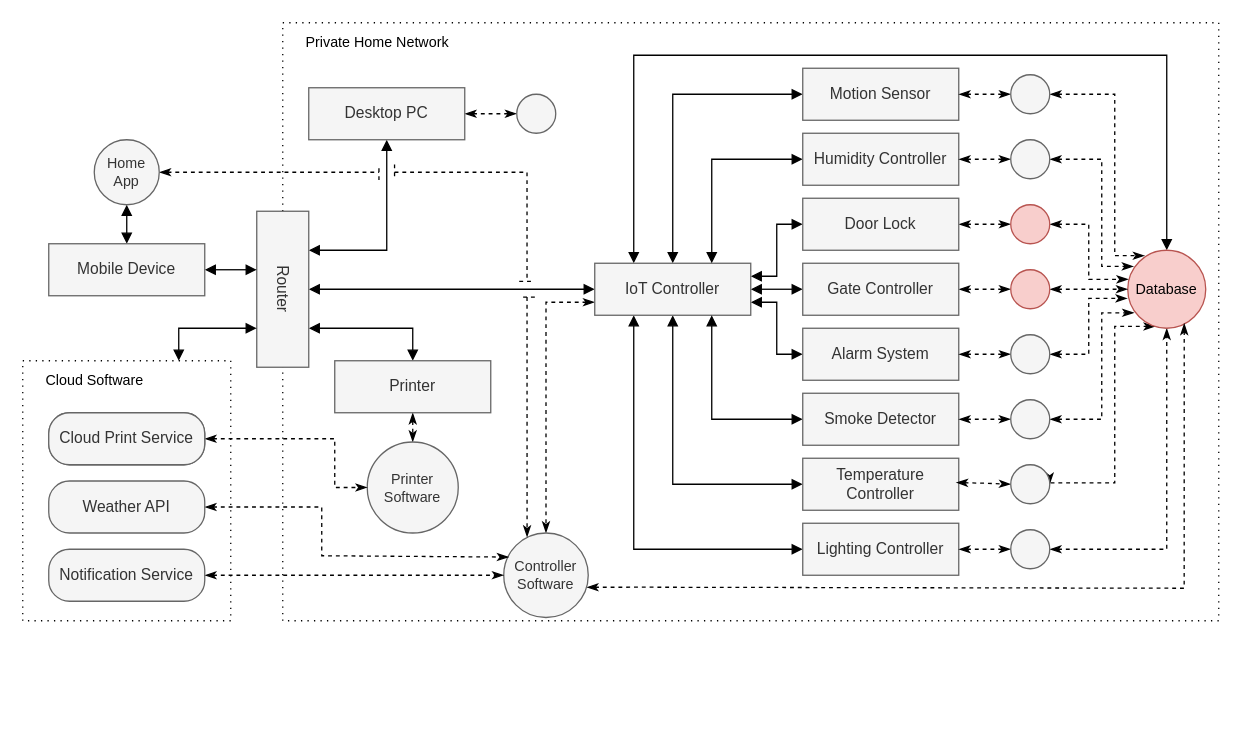
Above: packages/thesis/src/content/infrastructure.drawio in jornverhoeven/thesis-project (draw.io), before the change. Source tidied: cells renumbered, new cells numbered last; positions are measured from the earlier drawing's top-left corner, leaving out a move shared by most shapes. Both pictures are drawn from the tidied source at 130%, with x=0, y=0 at pixel (22, 22).
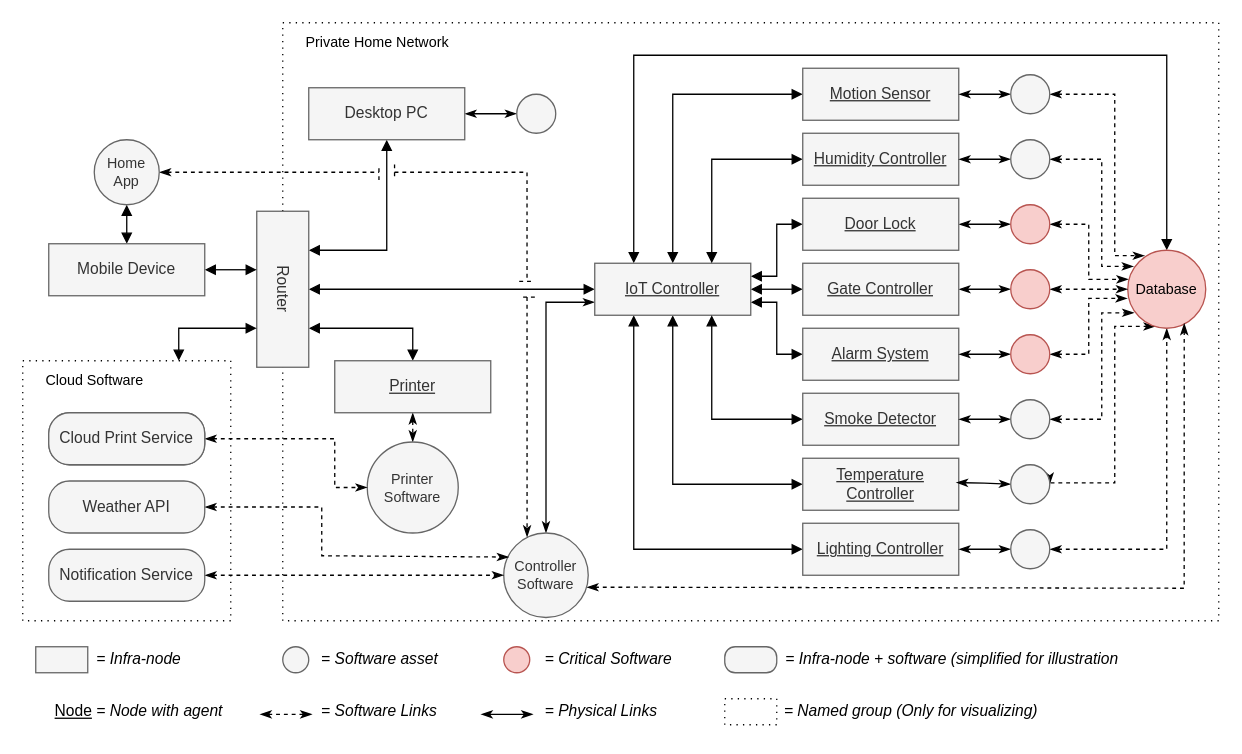
After the change.

The change refers to these unchanged cells:
```xml
<mxCell id="38" style="ellipse;whiteSpace=wrap;html=1;fontFamily=Helvetica;fontSize=11;fillColor=#f8cecc;strokeColor=#b85450;" parent="1" vertex="1">
  <mxGeometry x="760" y="190" width="30" height="30" as="geometry" />
</mxCell>
<mxCell id="40" style="ellipse;whiteSpace=wrap;html=1;fontFamily=Helvetica;fontSize=11;fillColor=#f8cecc;strokeColor=#b85450;" parent="1" vertex="1">
  <mxGeometry x="760" y="140" width="30" height="30" as="geometry" />
</mxCell>
<mxCell id="42" style="ellipse;whiteSpace=wrap;html=1;fontFamily=Helvetica;fontSize=11;fillColor=#f5f5f5;strokeColor=#666666;fontColor=#333333;" parent="1" vertex="1">
  <mxGeometry x="760" y="90" width="30" height="30" as="geometry" />
</mxCell>
<mxCell id="44" style="ellipse;whiteSpace=wrap;html=1;fontFamily=Helvetica;fontSize=11;fillColor=#f5f5f5;strokeColor=#666666;fontColor=#333333;" parent="1" vertex="1">
  <mxGeometry x="760" y="40" width="30" height="30" as="geometry" />
</mxCell>
<mxCell id="48" style="ellipse;whiteSpace=wrap;html=1;fontFamily=Helvetica;fontSize=11;fillColor=#f5f5f5;strokeColor=#666666;fontColor=#333333;" parent="1" vertex="1">
  <mxGeometry x="760" y="290" width="30" height="30" as="geometry" />
</mxCell>
<mxCell id="50" style="ellipse;whiteSpace=wrap;html=1;fontFamily=Helvetica;fontSize=11;fillColor=#f5f5f5;strokeColor=#666666;fontColor=#333333;" parent="1" vertex="1">
  <mxGeometry x="760" y="340" width="30" height="30" as="geometry" />
</mxCell>
<mxCell id="52" style="ellipse;whiteSpace=wrap;html=1;fontFamily=Helvetica;fontSize=11;fillColor=#f5f5f5;strokeColor=#666666;fontColor=#333333;" parent="1" vertex="1">
  <mxGeometry x="760" y="390" width="30" height="30" as="geometry" />
</mxCell>
<mxCell id="54" value="Controller&lt;br&gt;Software" style="ellipse;whiteSpace=wrap;html=1;fontFamily=Helvetica;fontSize=11;fillColor=#f5f5f5;strokeColor=#666666;fontColor=#333333;" parent="1" vertex="1">
  <mxGeometry x="370" y="392.5" width="65" height="65" as="geometry" />
</mxCell>
<mxCell id="57" value="Desktop PC" style="rounded=0;whiteSpace=wrap;html=1;fillColor=#f5f5f5;fontColor=#333333;strokeColor=#666666;rotation=0;" parent="1" vertex="1">
  <mxGeometry x="220" y="50" width="120" height="40" as="geometry" />
</mxCell>
<mxCell id="58" style="ellipse;whiteSpace=wrap;html=1;fontFamily=Helvetica;fontSize=11;fillColor=#f5f5f5;strokeColor=#666666;fontColor=#333333;" parent="1" vertex="1">
  <mxGeometry x="380" y="55" width="30" height="30" as="geometry" />
</mxCell>
```

The edit, as a diff of the source:
```diff
@@
-    <mxCell id="11" style="edgeStyle=orthogonalEdgeStyle;shape=connector;rounded=0;jettySize=auto;html=1;exitX=0;exitY=0.75;exitDx=0;exitDy=0;entryX=0.5;entryY=0;entryDx=0;entryDy=0;dashed=1;labelBackgroundColor=default;strokeColor=default;strokeWidth=1;fontFamily=Helvetica;fontSize=11;fontColor=default;startArrow=classicThin;startFill=1;endArrow=classicThin;endFill=1;" parent="1" edge="1" source="12" target="54">
+    <mxCell id="11" style="edgeStyle=orthogonalEdgeStyle;shape=connector;rounded=0;jettySize=auto;html=1;exitX=0;exitY=0.75;exitDx=0;exitDy=0;entryX=0.5;entryY=0;entryDx=0;entryDy=0;labelBackgroundColor=default;strokeColor=default;strokeWidth=1;fontFamily=Helvetica;fontSize=11;fontColor=default;startArrow=classicThin;startFill=1;endArrow=classicThin;endFill=1;" parent="1" edge="1" source="12" target="54">
       <mxGeometry relative="1" as="geometry" />
     </mxCell>
-    <mxCell id="12" value="IoT Controller" style="rounded=0;whiteSpace=wrap;html=1;fillColor=#f5f5f5;fontColor=#333333;strokeColor=#666666;" parent="1" vertex="1">
+    <mxCell id="12" value="IoT Controller" style="rounded=0;whiteSpace=wrap;html=1;fillColor=#f5f5f5;fontColor=#333333;strokeColor=#666666;fontStyle=4;" parent="1" vertex="1">
       <mxGeometry x="440" y="185" width="120" height="40" as="geometry" />
     </mxCell>
@@
-    <mxCell id="17" value="Printer" style="rounded=0;whiteSpace=wrap;html=1;fillColor=#f5f5f5;fontColor=#333333;strokeColor=#666666;" parent="1" vertex="1">
+    <mxCell id="17" value="Printer" style="rounded=0;whiteSpace=wrap;html=1;fillColor=#f5f5f5;fontColor=#333333;strokeColor=#666666;fontStyle=4;" parent="1" vertex="1">
       <mxGeometry x="240" y="260" width="120" height="40" as="geometry" />
     </mxCell>
@@
-    <mxCell id="19" value="Alarm System" style="rounded=0;whiteSpace=wrap;html=1;fillColor=#f5f5f5;fontColor=#333333;strokeColor=#666666;" parent="1" vertex="1">
+    <mxCell id="19" value="Alarm System" style="rounded=0;whiteSpace=wrap;html=1;fillColor=#f5f5f5;fontColor=#333333;strokeColor=#666666;fontStyle=4;" parent="1" vertex="1">
       <mxGeometry x="600" y="235" width="120" height="40" as="geometry" />
     </mxCell>
-    <mxCell id="20" style="edgeStyle=orthogonalEdgeStyle;shape=connector;rounded=0;jettySize=auto;html=1;exitX=1;exitY=0.5;exitDx=0;exitDy=0;entryX=0;entryY=0.5;entryDx=0;entryDy=0;dashed=1;labelBackgroundColor=default;strokeColor=default;strokeWidth=1;fontFamily=Helvetica;fontSize=11;fontColor=default;startArrow=classicThin;startFill=1;endArrow=classicThin;endFill=1;" parent="1" edge="1" source="21" target="38">
+    <mxCell id="20" style="edgeStyle=orthogonalEdgeStyle;shape=connector;rounded=0;jettySize=auto;html=1;exitX=1;exitY=0.5;exitDx=0;exitDy=0;entryX=0;entryY=0.5;entryDx=0;entryDy=0;labelBackgroundColor=default;strokeColor=default;strokeWidth=1;fontFamily=Helvetica;fontSize=11;fontColor=default;startArrow=classicThin;startFill=1;endArrow=classicThin;endFill=1;" parent="1" edge="1" source="21" target="38">
       <mxGeometry relative="1" as="geometry" />
     </mxCell>
-    <mxCell id="21" value="Gate Controller" style="rounded=0;whiteSpace=wrap;html=1;fillColor=#f5f5f5;fontColor=#333333;strokeColor=#666666;" parent="1" vertex="1">
+    <mxCell id="21" value="Gate Controller" style="rounded=0;whiteSpace=wrap;html=1;fillColor=#f5f5f5;fontColor=#333333;strokeColor=#666666;fontStyle=4;" parent="1" vertex="1">
       <mxGeometry x="600" y="185" width="120" height="40" as="geometry" />
     </mxCell>
-    <mxCell id="22" style="edgeStyle=orthogonalEdgeStyle;shape=connector;rounded=0;jettySize=auto;html=1;exitX=1;exitY=0.5;exitDx=0;exitDy=0;entryX=0;entryY=0.5;entryDx=0;entryDy=0;labelBackgroundColor=default;strokeColor=default;strokeWidth=1;fontFamily=Helvetica;fontSize=11;fontColor=default;startArrow=classicThin;startFill=1;endArrow=classicThin;endFill=1;dashed=1;" parent="1" edge="1" source="23" target="40">
+    <mxCell id="22" style="edgeStyle=orthogonalEdgeStyle;shape=connector;rounded=0;jettySize=auto;html=1;exitX=1;exitY=0.5;exitDx=0;exitDy=0;entryX=0;entryY=0.5;entryDx=0;entryDy=0;labelBackgroundColor=default;strokeColor=default;strokeWidth=1;fontFamily=Helvetica;fontSize=11;fontColor=default;startArrow=classicThin;startFill=1;endArrow=classicThin;endFill=1;" parent="1" edge="1" source="23" target="40">
       <mxGeometry relative="1" as="geometry" />
     </mxCell>
-    <mxCell id="23" value="Door Lock" style="rounded=0;whiteSpace=wrap;html=1;fillColor=#f5f5f5;fontColor=#333333;strokeColor=#666666;" parent="1" vertex="1">
+    <mxCell id="23" value="Door Lock" style="rounded=0;whiteSpace=wrap;html=1;fillColor=#f5f5f5;fontColor=#333333;strokeColor=#666666;fontStyle=4;" parent="1" vertex="1">
       <mxGeometry x="600" y="135" width="120" height="40" as="geometry" />
     </mxCell>
@@
-    <mxCell id="26" value="Humidity Controller" style="rounded=0;whiteSpace=wrap;html=1;fillColor=#f5f5f5;fontColor=#333333;strokeColor=#666666;" parent="1" vertex="1">
+    <mxCell id="26" value="Humidity Controller" style="rounded=0;whiteSpace=wrap;html=1;fillColor=#f5f5f5;fontColor=#333333;strokeColor=#666666;fontStyle=4;" parent="1" vertex="1">
       <mxGeometry x="600" y="85" width="120" height="40" as="geometry" />
     </mxCell>
@@
-    <mxCell id="29" value="Smoke Detector" style="rounded=0;whiteSpace=wrap;html=1;fillColor=#f5f5f5;fontColor=#333333;strokeColor=#666666;" parent="1" vertex="1">
+    <mxCell id="29" value="Smoke Detector" style="rounded=0;whiteSpace=wrap;html=1;fillColor=#f5f5f5;fontColor=#333333;strokeColor=#666666;fontStyle=4;" parent="1" vertex="1">
       <mxGeometry x="600" y="285" width="120" height="40" as="geometry" />
     </mxCell>
@@
-    <mxCell id="31" value="Motion Sensor" style="rounded=0;whiteSpace=wrap;html=1;fillColor=#f5f5f5;fontColor=#333333;strokeColor=#666666;" parent="1" vertex="1">
+    <mxCell id="31" value="Motion Sensor" style="rounded=0;whiteSpace=wrap;html=1;fillColor=#f5f5f5;fontColor=#333333;strokeColor=#666666;fontStyle=4;" parent="1" vertex="1">
       <mxGeometry x="600" y="35" width="120" height="40" as="geometry" />
     </mxCell>
@@
-    <mxCell id="33" value="Temperature Controller" style="rounded=0;whiteSpace=wrap;html=1;fillColor=#f5f5f5;fontColor=#333333;strokeColor=#666666;" parent="1" vertex="1">
+    <mxCell id="33" value="Temperature Controller" style="rounded=0;whiteSpace=wrap;html=1;fillColor=#f5f5f5;fontColor=#333333;strokeColor=#666666;fontStyle=4;" parent="1" vertex="1">
       <mxGeometry x="600" y="335" width="120" height="40" as="geometry" />
     </mxCell>
@@
-    <mxCell id="35" value="Lighting Controller" style="rounded=0;whiteSpace=wrap;html=1;fillColor=#f5f5f5;fontColor=#333333;strokeColor=#666666;" parent="1" vertex="1">
+    <mxCell id="35" value="Lighting Controller" style="rounded=0;whiteSpace=wrap;html=1;fillColor=#f5f5f5;fontColor=#333333;strokeColor=#666666;fontStyle=4;" parent="1" vertex="1">
       <mxGeometry x="600" y="385" width="120" height="40" as="geometry" />
     </mxCell>
@@
-    <mxCell id="41" style="edgeStyle=orthogonalEdgeStyle;shape=connector;rounded=0;jettySize=auto;html=1;exitX=1;exitY=0.5;exitDx=0;exitDy=0;entryX=0;entryY=0.5;entryDx=0;entryDy=0;dashed=1;labelBackgroundColor=default;strokeColor=default;strokeWidth=1;fontFamily=Helvetica;fontSize=11;fontColor=default;startArrow=classicThin;startFill=1;endArrow=classicThin;endFill=1;" parent="1" edge="1" source="26" target="42">
+    <mxCell id="41" style="edgeStyle=orthogonalEdgeStyle;shape=connector;rounded=0;jettySize=auto;html=1;exitX=1;exitY=0.5;exitDx=0;exitDy=0;entryX=0;entryY=0.5;entryDx=0;entryDy=0;labelBackgroundColor=default;strokeColor=default;strokeWidth=1;fontFamily=Helvetica;fontSize=11;fontColor=default;startArrow=classicThin;startFill=1;endArrow=classicThin;endFill=1;" parent="1" edge="1" source="26" target="42">
       <mxGeometry relative="1" as="geometry" />
     </mxCell>
@@
-    <mxCell id="43" style="edgeStyle=orthogonalEdgeStyle;shape=connector;rounded=0;jettySize=auto;html=1;exitX=1;exitY=0.5;exitDx=0;exitDy=0;entryX=0;entryY=0.5;entryDx=0;entryDy=0;dashed=1;labelBackgroundColor=default;strokeColor=default;strokeWidth=1;fontFamily=Helvetica;fontSize=11;fontColor=default;startArrow=classicThin;startFill=1;endArrow=classicThin;endFill=1;" parent="1" edge="1" source="31" target="44">
+    <mxCell id="43" style="edgeStyle=orthogonalEdgeStyle;shape=connector;rounded=0;jettySize=auto;html=1;exitX=1;exitY=0.5;exitDx=0;exitDy=0;entryX=0;entryY=0.5;entryDx=0;entryDy=0;labelBackgroundColor=default;strokeColor=default;strokeWidth=1;fontFamily=Helvetica;fontSize=11;fontColor=default;startArrow=classicThin;startFill=1;endArrow=classicThin;endFill=1;" parent="1" edge="1" source="31" target="44">
       <mxGeometry relative="1" as="geometry" />
     </mxCell>
@@
-    <mxCell id="45" style="edgeStyle=orthogonalEdgeStyle;shape=connector;rounded=0;jettySize=auto;html=1;exitX=1;exitY=0.5;exitDx=0;exitDy=0;entryX=0;entryY=0.5;entryDx=0;entryDy=0;dashed=1;labelBackgroundColor=default;strokeColor=default;strokeWidth=1;fontFamily=Helvetica;fontSize=11;fontColor=default;startArrow=classicThin;startFill=1;endArrow=classicThin;endFill=1;" parent="1" edge="1" source="19" target="46">
+    <mxCell id="45" style="edgeStyle=orthogonalEdgeStyle;shape=connector;rounded=0;jettySize=auto;html=1;exitX=1;exitY=0.5;exitDx=0;exitDy=0;entryX=0;entryY=0.5;entryDx=0;entryDy=0;labelBackgroundColor=default;strokeColor=default;strokeWidth=1;fontFamily=Helvetica;fontSize=11;fontColor=default;startArrow=classicThin;startFill=1;endArrow=classicThin;endFill=1;" parent="1" edge="1" source="19" target="46">
       <mxGeometry relative="1" as="geometry">
         <Array as="points">
           <mxPoint x="750" y="255" />
           <mxPoint x="750" y="255" />
         </Array>
       </mxGeometry>
     </mxCell>
-    <mxCell id="46" style="ellipse;whiteSpace=wrap;html=1;fontFamily=Helvetica;fontSize=11;fillColor=#f5f5f5;strokeColor=#666666;fontColor=#333333;" parent="1" vertex="1">
+    <mxCell id="46" style="ellipse;whiteSpace=wrap;html=1;fontFamily=Helvetica;fontSize=11;fillColor=#f8cecc;strokeColor=#b85450;" parent="1" vertex="1">
       <mxGeometry x="760" y="240" width="30" height="30" as="geometry" />
     </mxCell>
-    <mxCell id="47" style="edgeStyle=orthogonalEdgeStyle;shape=connector;rounded=0;jettySize=auto;html=1;exitX=1;exitY=0.5;exitDx=0;exitDy=0;entryX=0;entryY=0.5;entryDx=0;entryDy=0;dashed=1;labelBackgroundColor=default;strokeColor=default;strokeWidth=1;fontFamily=Helvetica;fontSize=11;fontColor=default;startArrow=classicThin;startFill=1;endArrow=classicThin;endFill=1;" parent="1" edge="1" source="29" target="48">
+    <mxCell id="47" style="edgeStyle=orthogonalEdgeStyle;shape=connector;rounded=0;jettySize=auto;html=1;exitX=1;exitY=0.5;exitDx=0;exitDy=0;entryX=0;entryY=0.5;entryDx=0;entryDy=0;labelBackgroundColor=default;strokeColor=default;strokeWidth=1;fontFamily=Helvetica;fontSize=11;fontColor=default;startArrow=classicThin;startFill=1;endArrow=classicThin;endFill=1;" parent="1" edge="1" source="29" target="48">
       <mxGeometry relative="1" as="geometry" />
     </mxCell>
@@
-    <mxCell id="49" style="edgeStyle=orthogonalEdgeStyle;shape=connector;rounded=0;jettySize=auto;html=1;exitX=1;exitY=0.5;exitDx=0;exitDy=0;entryX=0;entryY=0.5;entryDx=0;entryDy=0;dashed=1;labelBackgroundColor=default;strokeColor=default;strokeWidth=1;fontFamily=Helvetica;fontSize=11;fontColor=default;startArrow=classicThin;startFill=1;endArrow=classicThin;endFill=1;" parent="1" edge="1" target="50">
+    <mxCell id="49" style="edgeStyle=orthogonalEdgeStyle;shape=connector;rounded=0;jettySize=auto;html=1;exitX=1;exitY=0.5;exitDx=0;exitDy=0;entryX=0;entryY=0.5;entryDx=0;entryDy=0;labelBackgroundColor=default;strokeColor=default;strokeWidth=1;fontFamily=Helvetica;fontSize=11;fontColor=default;startArrow=classicThin;startFill=1;endArrow=classicThin;endFill=1;" parent="1" edge="1" target="50">
       <mxGeometry relative="1" as="geometry">
         <mxPoint x="718.1" y="353.7" as="sourcePoint" />
       </mxGeometry>
     </mxCell>
@@
-    <mxCell id="51" style="edgeStyle=orthogonalEdgeStyle;shape=connector;rounded=0;jettySize=auto;html=1;exitX=1;exitY=0.5;exitDx=0;exitDy=0;entryX=0;entryY=0.5;entryDx=0;entryDy=0;dashed=1;labelBackgroundColor=default;strokeColor=default;strokeWidth=1;fontFamily=Helvetica;fontSize=11;fontColor=default;startArrow=classicThin;startFill=1;endArrow=classicThin;endFill=1;" parent="1" edge="1" source="35" target="52">
+    <mxCell id="51" style="edgeStyle=orthogonalEdgeStyle;shape=connector;rounded=0;jettySize=auto;html=1;exitX=1;exitY=0.5;exitDx=0;exitDy=0;entryX=0;entryY=0.5;entryDx=0;entryDy=0;labelBackgroundColor=default;strokeColor=default;strokeWidth=1;fontFamily=Helvetica;fontSize=11;fontColor=default;startArrow=classicThin;startFill=1;endArrow=classicThin;endFill=1;" parent="1" edge="1" source="35" target="52">
       <mxGeometry relative="1" as="geometry" />
     </mxCell>
@@
-    <mxCell id="56" style="edgeStyle=orthogonalEdgeStyle;shape=connector;rounded=0;jettySize=auto;html=1;exitX=1;exitY=0.5;exitDx=0;exitDy=0;labelBackgroundColor=default;strokeColor=default;strokeWidth=1;fontFamily=Helvetica;fontSize=11;fontColor=default;startArrow=classicThin;startFill=1;endArrow=classicThin;endFill=1;dashed=1;" parent="1" edge="1" source="57" target="58">
+    <mxCell id="56" style="edgeStyle=orthogonalEdgeStyle;shape=connector;rounded=0;jettySize=auto;html=1;exitX=1;exitY=0.5;exitDx=0;exitDy=0;labelBackgroundColor=default;strokeColor=default;strokeWidth=1;fontFamily=Helvetica;fontSize=11;fontColor=default;startArrow=classicThin;startFill=1;endArrow=classicThin;endFill=1;" parent="1" edge="1" source="57" target="58">
       <mxGeometry relative="1" as="geometry" />
     </mxCell>
@@
+    <mxCell id="75" style="group;" parent="1" vertex="1">
+      <mxGeometry x="10" y="475" width="860" height="70" as="geometry" />
+    </mxCell>
+    <mxCell id="76" style="rounded=0;whiteSpace=wrap;html=1;dashed=1;dashPattern=1 4;" parent="75" vertex="1">
+      <mxGeometry x="530" y="45" width="40" height="20" as="geometry" />
+    </mxCell>
+    <mxCell id="77" style="edgeStyle=orthogonalEdgeStyle;shape=connector;rounded=0;orthogonalLoop=1;jettySize=auto;html=1;exitX=1;exitY=0.5;exitDx=0;exitDy=0;dashed=1;labelBackgroundColor=default;strokeColor=default;strokeWidth=1;fontFamily=Helvetica;fontSize=11;fontColor=default;startArrow=classicThin;startFill=1;endArrow=classicThin;endFill=1;" parent="75" edge="1">
+      <mxGeometry relative="1" as="geometry">
+        <mxPoint x="172.5" y="57" as="sourcePoint" />
+        <mxPoint x="212.5" y="57" as="targetPoint" />
+        <Array as="points">
+          <mxPoint x="192.5" y="57" />
+          <mxPoint x="192.5" y="57" />
+        </Array>
+      </mxGeometry>
+    </mxCell>
+    <mxCell id="78" value="= Software Links" style="text;html=1;strokeColor=none;fillColor=none;align=left;verticalAlign=middle;whiteSpace=wrap;rounded=0;fontStyle=2;" parent="75" vertex="1">
+      <mxGeometry x="217.5" y="40" width="105" height="30" as="geometry" />
+    </mxCell>
+    <mxCell id="79" style="edgeStyle=orthogonalEdgeStyle;shape=connector;rounded=0;orthogonalLoop=1;jettySize=auto;html=1;exitX=1;exitY=0.5;exitDx=0;exitDy=0;labelBackgroundColor=default;strokeColor=default;strokeWidth=1;fontFamily=Helvetica;fontSize=11;fontColor=default;startArrow=classicThin;startFill=1;endArrow=classicThin;endFill=1;" parent="75" edge="1">
+      <mxGeometry relative="1" as="geometry">
+        <mxPoint x="342.5" y="57" as="sourcePoint" />
+        <mxPoint x="382.5" y="57" as="targetPoint" />
+        <Array as="points">
+          <mxPoint x="362.5" y="57" />
+          <mxPoint x="362.5" y="57" />
+        </Array>
+      </mxGeometry>
+    </mxCell>
+    <mxCell id="80" value="= Physical&amp;nbsp;Links" style="text;html=1;strokeColor=none;fillColor=none;align=left;verticalAlign=middle;whiteSpace=wrap;rounded=0;fontStyle=2;" parent="75" vertex="1">
+      <mxGeometry x="390" y="40" width="105" height="30" as="geometry" />
+    </mxCell>
+    <mxCell id="81" style="rounded=0;whiteSpace=wrap;html=1;fillColor=#f5f5f5;fontColor=#333333;strokeColor=#666666;" parent="75" vertex="1">
+      <mxGeometry y="5" width="40" height="20" as="geometry" />
+    </mxCell>
+    <mxCell id="82" style="ellipse;whiteSpace=wrap;html=1;fontFamily=Helvetica;fontSize=11;fillColor=#f5f5f5;strokeColor=#666666;fontColor=#333333;" parent="75" vertex="1">
+      <mxGeometry x="190" y="5" width="20" height="20" as="geometry" />
+    </mxCell>
+    <mxCell id="83" style="ellipse;whiteSpace=wrap;html=1;fontFamily=Helvetica;fontSize=11;fillColor=#f8cecc;strokeColor=#b85450;" parent="75" vertex="1">
+      <mxGeometry x="360" y="5" width="20" height="20" as="geometry" />
+    </mxCell>
+    <mxCell id="84" style="rounded=1;whiteSpace=wrap;html=1;rotation=0;fillStyle=auto;fillColor=#f5f5f5;fontColor=#333333;strokeColor=#666666;arcSize=40;" parent="75" vertex="1">
+      <mxGeometry x="530" y="5" width="40" height="20" as="geometry" />
+    </mxCell>
+    <mxCell id="85" value="= Infra-node" style="text;html=1;strokeColor=none;fillColor=none;align=left;verticalAlign=middle;whiteSpace=wrap;rounded=0;fontStyle=2;" parent="75" vertex="1">
+      <mxGeometry x="45" width="105" height="30" as="geometry" />
+    </mxCell>
+    <mxCell id="86" value="= Software asset" style="text;html=1;strokeColor=none;fillColor=none;align=left;verticalAlign=middle;whiteSpace=wrap;rounded=0;fontStyle=2;" parent="75" vertex="1">
+      <mxGeometry x="217.5" width="105" height="30" as="geometry" />
+    </mxCell>
+    <mxCell id="87" value="= Critical Software" style="text;html=1;strokeColor=none;fillColor=none;align=left;verticalAlign=middle;whiteSpace=wrap;rounded=0;fontStyle=2;" parent="75" vertex="1">
+      <mxGeometry x="390" width="105" height="30" as="geometry" />
+    </mxCell>
+    <mxCell id="88" value="= Infra-node + software (simplified for illustration" style="text;html=1;strokeColor=none;fillColor=none;align=left;verticalAlign=middle;whiteSpace=wrap;rounded=0;fontStyle=2;" parent="75" vertex="1">
+      <mxGeometry x="575" width="285" height="30" as="geometry" />
+    </mxCell>
+    <mxCell id="89" value="= Named group (Only for visualizing)" style="text;html=1;strokeColor=none;fillColor=none;align=left;verticalAlign=middle;whiteSpace=wrap;rounded=0;fontStyle=2;" parent="75" vertex="1">
+      <mxGeometry x="574" y="40" width="286" height="30" as="geometry" />
+    </mxCell>
+    <mxCell id="90" value="&lt;span style=&quot;font-style: normal;&quot;&gt;&lt;u&gt;Node&lt;/u&gt;&lt;/span&gt; = Node with agent" style="text;html=1;strokeColor=none;fillColor=none;align=left;verticalAlign=middle;whiteSpace=wrap;rounded=0;fontStyle=2;" parent="75" vertex="1">
+      <mxGeometry x="13" y="40" width="152.5" height="30" as="geometry" />
+    </mxCell>
```
